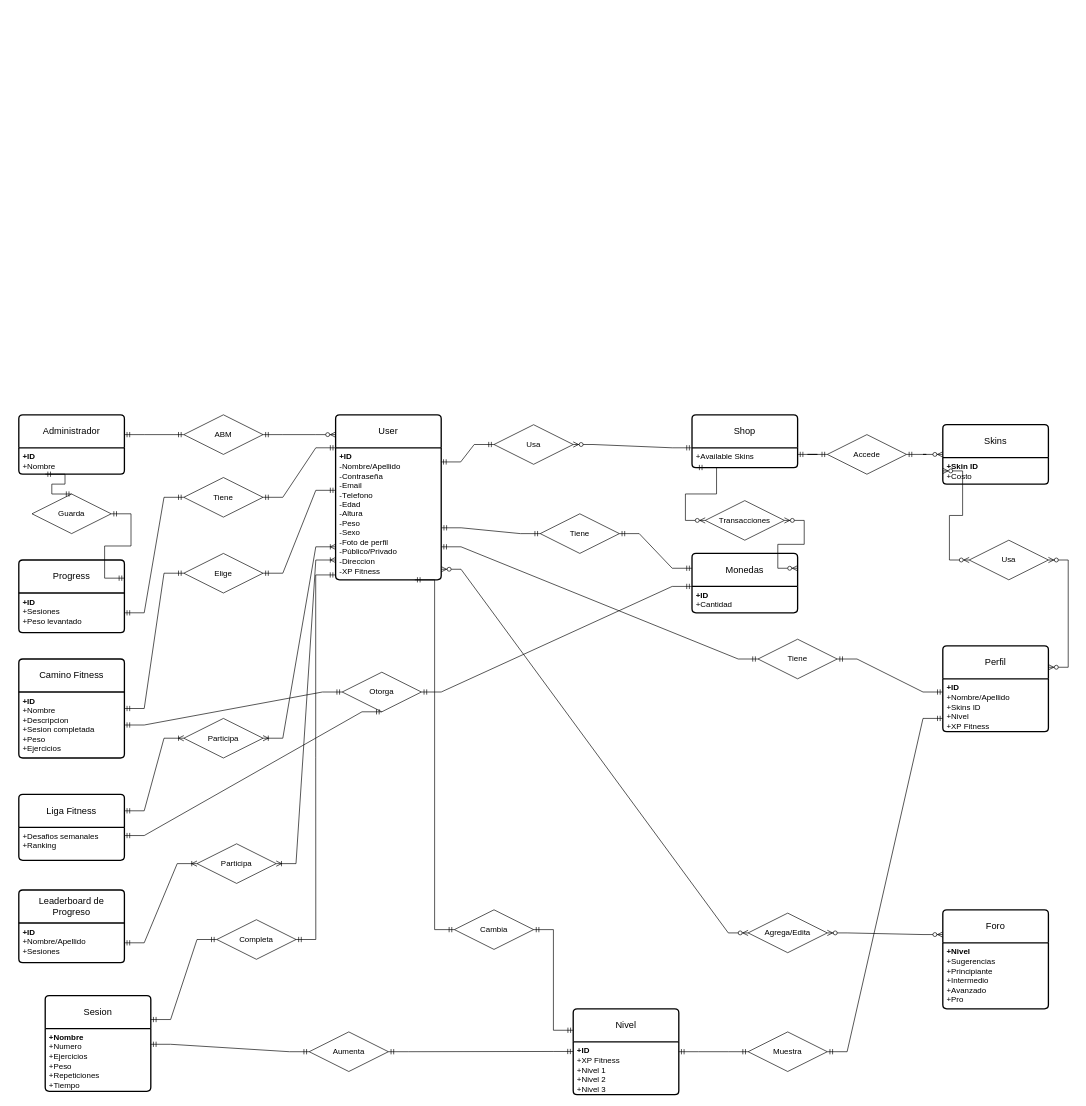
Above: TrainX.drawio in DescalzoF/TrainX (draw.io), before the change. Source tidied: cells renumbered, new cells numbered last; positions are measured from the earlier drawing's top-left corner, leaving out a move shared by most shapes. Both pictures are drawn from the tidied source at 66%, with x=0, y=0 at pixel (18, 414).
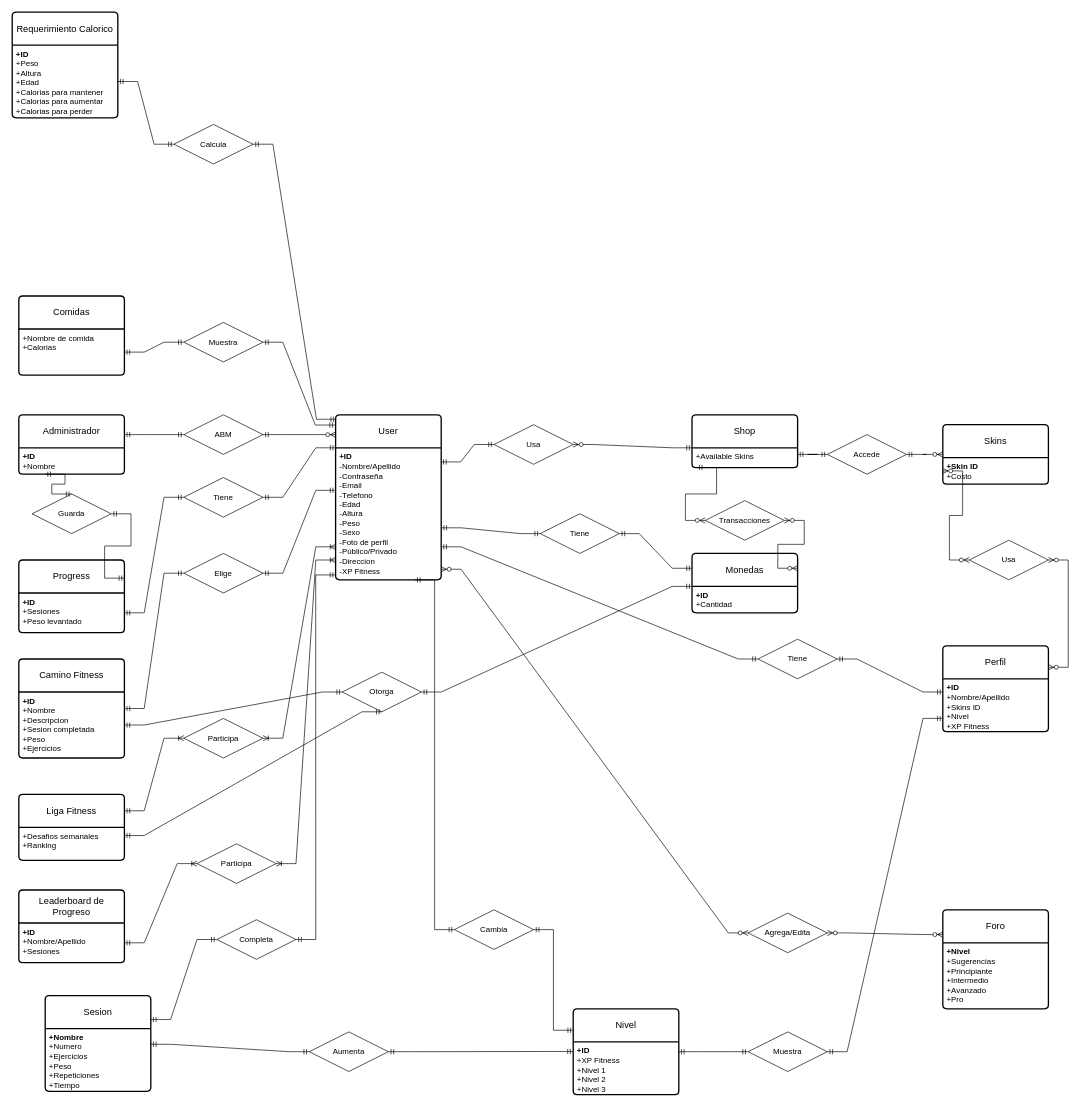
The same page after the edit.

The change refers to these unchanged cells:
```xml
<mxCell id="6" value="User" style="swimlane;horizontal=1;startSize=50;rounded=1;fontSize=14;fontStyle=0;strokeWidth=2;shadow=0;dashed=0;align=center;arcSize=4;whiteSpace=wrap;html=1;" parent="1" vertex="1">
  <mxGeometry x="480" width="160" height="250" as="geometry" />
</mxCell>
```

The edit, as a diff of the source:
```diff
@@
+    <mxCell id="88" value="Comidas" style="swimlane;horizontal=1;startSize=50;rounded=1;fontSize=14;fontStyle=0;strokeWidth=2;shadow=0;dashed=0;align=center;arcSize=4;whiteSpace=wrap;html=1;" parent="1" vertex="1">
+      <mxGeometry y="-180" width="160" height="120" as="geometry" />
+    </mxCell>
+    <mxCell id="89" value="+Nombre de comida&lt;div&gt;+Calorias&lt;/div&gt;" style="align=left;strokeColor=none;fillColor=none;spacingLeft=4;spacingRight=4;fontSize=12;verticalAlign=top;html=1;whiteSpace=wrap;" parent="88" vertex="1">
+      <mxGeometry y="50" width="160" height="70" as="geometry" />
+    </mxCell>
+    <mxCell id="90" value="Requerimiento Calorico" style="swimlane;horizontal=1;startSize=50;rounded=1;fontSize=14;fontStyle=0;strokeWidth=2;shadow=0;dashed=0;align=center;arcSize=4;whiteSpace=wrap;html=1;" parent="1" vertex="1">
+      <mxGeometry x="-10" y="-610" width="160" height="160" as="geometry" />
+    </mxCell>
+    <mxCell id="91" value="&lt;b&gt;+ID&lt;/b&gt;&lt;div&gt;+Peso&lt;/div&gt;&lt;div&gt;+Altura&lt;/div&gt;&lt;div&gt;+Edad&lt;/div&gt;&lt;div&gt;+Calorias para mantener&lt;/div&gt;&lt;div&gt;+Calorias para aumentar&lt;/div&gt;&lt;div&gt;+Calorias para perder&lt;/div&gt;" style="align=left;strokeColor=none;fillColor=none;spacingLeft=4;spacingRight=4;fontSize=12;verticalAlign=top;html=1;whiteSpace=wrap;" parent="90" vertex="1">
+      <mxGeometry y="50" width="160" height="110" as="geometry" />
+    </mxCell>
+    <mxCell id="92" value="Calcula" style="shape=rhombus;perimeter=rhombusPerimeter;whiteSpace=wrap;html=1;align=center;" parent="1" vertex="1">
+      <mxGeometry x="235" y="-440" width="120" height="60" as="geometry" />
+    </mxCell>
+    <mxCell id="93" style="edgeStyle=entityRelationEdgeStyle;fontSize=12;html=1;endArrow=ERmandOne;startArrow=ERmandOne;rounded=0;entryX=1;entryY=0.5;entryDx=0;entryDy=0;exitX=0.006;exitY=0.027;exitDx=0;exitDy=0;exitPerimeter=0;" parent="1" edge="1" source="6" target="92">
+      <mxGeometry relative="1" as="geometry" />
+    </mxCell>
+    <mxCell id="94" style="edgeStyle=entityRelationEdgeStyle;fontSize=12;html=1;endArrow=ERmandOne;startArrow=ERmandOne;rounded=0;entryX=1;entryY=0.5;entryDx=0;entryDy=0;exitX=0;exitY=0.5;exitDx=0;exitDy=0;" parent="1" edge="1" source="92" target="91">
+      <mxGeometry relative="1" as="geometry" />
+    </mxCell>
+    <mxCell id="95" value="Muestra" style="shape=rhombus;perimeter=rhombusPerimeter;whiteSpace=wrap;html=1;align=center;" parent="1" vertex="1">
+      <mxGeometry x="250" y="-140" width="120" height="60" as="geometry" />
+    </mxCell>
+    <mxCell id="96" style="edgeStyle=entityRelationEdgeStyle;fontSize=12;html=1;endArrow=ERmandOne;startArrow=ERmandOne;rounded=0;exitX=1;exitY=0.5;exitDx=0;exitDy=0;entryX=0;entryY=0.5;entryDx=0;entryDy=0;" parent="1" edge="1" source="89" target="95">
+      <mxGeometry relative="1" as="geometry" />
+    </mxCell>
+    <mxCell id="97" style="edgeStyle=entityRelationEdgeStyle;fontSize=12;html=1;endArrow=ERmandOne;startArrow=ERmandOne;rounded=0;exitX=1;exitY=0.5;exitDx=0;exitDy=0;entryX=-0.005;entryY=0.062;entryDx=0;entryDy=0;entryPerimeter=0;" parent="1" edge="1" source="95" target="6">
+      <mxGeometry relative="1" as="geometry" />
+    </mxCell>
```
